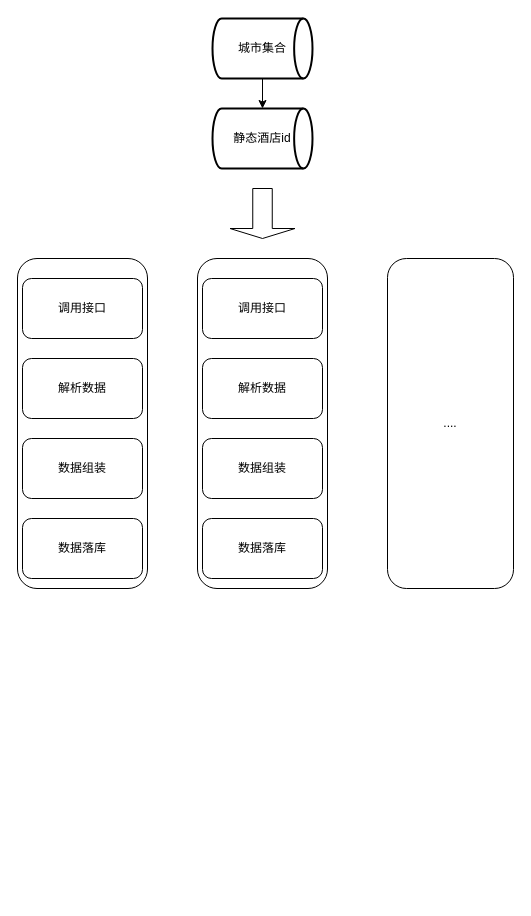
The draw.io diagram nb/未命名绘图.drawio in zhenjie-chen/diagrams, before the edit. Source tidied: cells renumbered, new cells numbered last; positions are measured from the earlier drawing's top-left corner, leaving out a move shared by most shapes. Both pictures are drawn from the tidied source at 100%, with x=0, y=0 at pixel (17, 18).
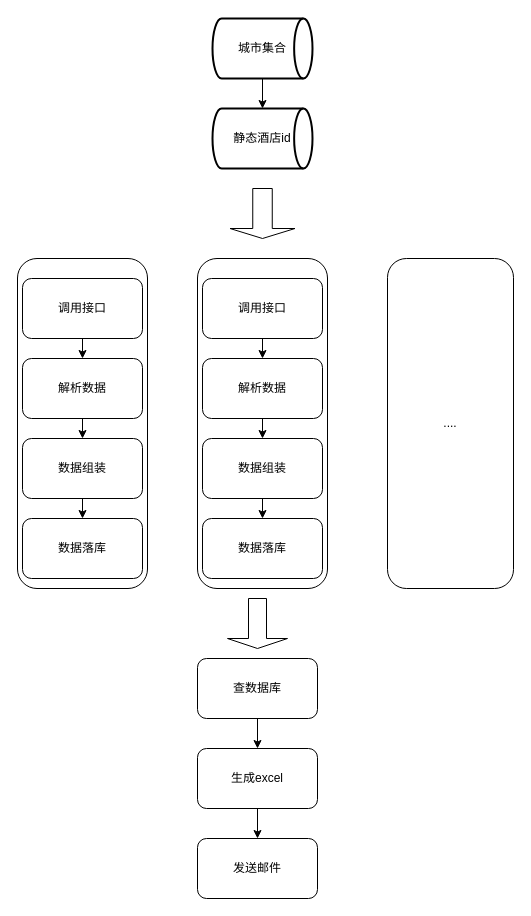
The same diagram, later.

Commit message (it also covers changes not shown here):
分销数据报表-技术方案.drawio

Unchanged cells that the change refers to:
```xml
<mxCell id="6" value="调用接口" style="rounded=1;whiteSpace=wrap;html=1;" parent="1" vertex="1">
  <mxGeometry x="5" y="260" width="120" height="60" as="geometry" />
</mxCell>
<mxCell id="7" value="解析数据" style="rounded=1;whiteSpace=wrap;html=1;" parent="1" vertex="1">
  <mxGeometry x="5" y="340" width="120" height="60" as="geometry" />
</mxCell>
<mxCell id="8" value="数据落库" style="rounded=1;whiteSpace=wrap;html=1;" parent="1" vertex="1">
  <mxGeometry x="5" y="500" width="120" height="60" as="geometry" />
</mxCell>
<mxCell id="9" value="数据组装" style="rounded=1;whiteSpace=wrap;html=1;" parent="1" vertex="1">
  <mxGeometry x="5" y="420" width="120" height="60" as="geometry" />
</mxCell>
<mxCell id="11" value="调用接口" style="rounded=1;whiteSpace=wrap;html=1;" parent="1" vertex="1">
  <mxGeometry x="185" y="260" width="120" height="60" as="geometry" />
</mxCell>
<mxCell id="12" value="解析数据" style="rounded=1;whiteSpace=wrap;html=1;" parent="1" vertex="1">
  <mxGeometry x="185" y="340" width="120" height="60" as="geometry" />
</mxCell>
<mxCell id="13" value="数据落库" style="rounded=1;whiteSpace=wrap;html=1;" parent="1" vertex="1">
  <mxGeometry x="185" y="500" width="120" height="60" as="geometry" />
</mxCell>
<mxCell id="14" value="数据组装" style="rounded=1;whiteSpace=wrap;html=1;" parent="1" vertex="1">
  <mxGeometry x="185" y="420" width="120" height="60" as="geometry" />
</mxCell>
```

The edit, as a diff of the source:
```diff
@@
+    <mxCell id="17" style="edgeStyle=orthogonalEdgeStyle;rounded=0;jettySize=auto;html=1;exitX=0.5;exitY=1;exitDx=0;exitDy=0;entryX=0.5;entryY=0;entryDx=0;entryDy=0;" parent="1" edge="1" source="6" target="7">
+      <mxGeometry relative="1" as="geometry" />
+    </mxCell>
@@
+    <mxCell id="18" style="edgeStyle=orthogonalEdgeStyle;rounded=0;jettySize=auto;html=1;exitX=0.5;exitY=1;exitDx=0;exitDy=0;entryX=0.5;entryY=0;entryDx=0;entryDy=0;" parent="1" edge="1" source="7" target="9">
+      <mxGeometry relative="1" as="geometry" />
+    </mxCell>
@@
+    <mxCell id="19" style="edgeStyle=orthogonalEdgeStyle;rounded=0;jettySize=auto;html=1;exitX=0.5;exitY=1;exitDx=0;exitDy=0;entryX=0.5;entryY=0;entryDx=0;entryDy=0;" parent="1" edge="1" source="9" target="8">
+      <mxGeometry relative="1" as="geometry" />
+    </mxCell>
@@
+    <mxCell id="20" style="edgeStyle=orthogonalEdgeStyle;rounded=0;jettySize=auto;html=1;exitX=0.5;exitY=1;exitDx=0;exitDy=0;entryX=0.5;entryY=0;entryDx=0;entryDy=0;" parent="1" edge="1" source="11" target="12">
+      <mxGeometry relative="1" as="geometry" />
+    </mxCell>
@@
+    <mxCell id="21" style="edgeStyle=orthogonalEdgeStyle;rounded=0;jettySize=auto;html=1;exitX=0.5;exitY=1;exitDx=0;exitDy=0;entryX=0.5;entryY=0;entryDx=0;entryDy=0;" parent="1" edge="1" source="12" target="14">
+      <mxGeometry relative="1" as="geometry" />
+    </mxCell>
@@
+    <mxCell id="22" style="edgeStyle=orthogonalEdgeStyle;rounded=0;jettySize=auto;html=1;exitX=0.5;exitY=1;exitDx=0;exitDy=0;entryX=0.5;entryY=0;entryDx=0;entryDy=0;" parent="1" edge="1" source="14" target="13">
+      <mxGeometry relative="1" as="geometry" />
+    </mxCell>
@@
+    <mxCell id="23" style="shape=singleArrow;direction=south;whiteSpace=wrap;html=1;" parent="1" vertex="1">
+      <mxGeometry x="210" y="580" width="60" height="50" as="geometry" />
+    </mxCell>
+    <mxCell id="24" style="edgeStyle=orthogonalEdgeStyle;rounded=0;jettySize=auto;html=1;exitX=0.5;exitY=1;exitDx=0;exitDy=0;" parent="1" edge="1" source="25" target="27">
+      <mxGeometry relative="1" as="geometry" />
+    </mxCell>
+    <mxCell id="25" value="查数据库" style="rounded=1;whiteSpace=wrap;html=1;" parent="1" vertex="1">
+      <mxGeometry x="180" y="640" width="120" height="60" as="geometry" />
+    </mxCell>
+    <mxCell id="26" style="edgeStyle=orthogonalEdgeStyle;rounded=0;jettySize=auto;html=1;exitX=0.5;exitY=1;exitDx=0;exitDy=0;entryX=0.5;entryY=0;entryDx=0;entryDy=0;" parent="1" edge="1" source="27" target="28">
+      <mxGeometry relative="1" as="geometry" />
+    </mxCell>
+    <mxCell id="27" value="生成excel" style="rounded=1;whiteSpace=wrap;html=1;" parent="1" vertex="1">
+      <mxGeometry x="180" y="730" width="120" height="60" as="geometry" />
+    </mxCell>
+    <mxCell id="28" value="发送邮件" style="rounded=1;whiteSpace=wrap;html=1;" parent="1" vertex="1">
+      <mxGeometry x="180" y="820" width="120" height="60" as="geometry" />
+    </mxCell>
```
